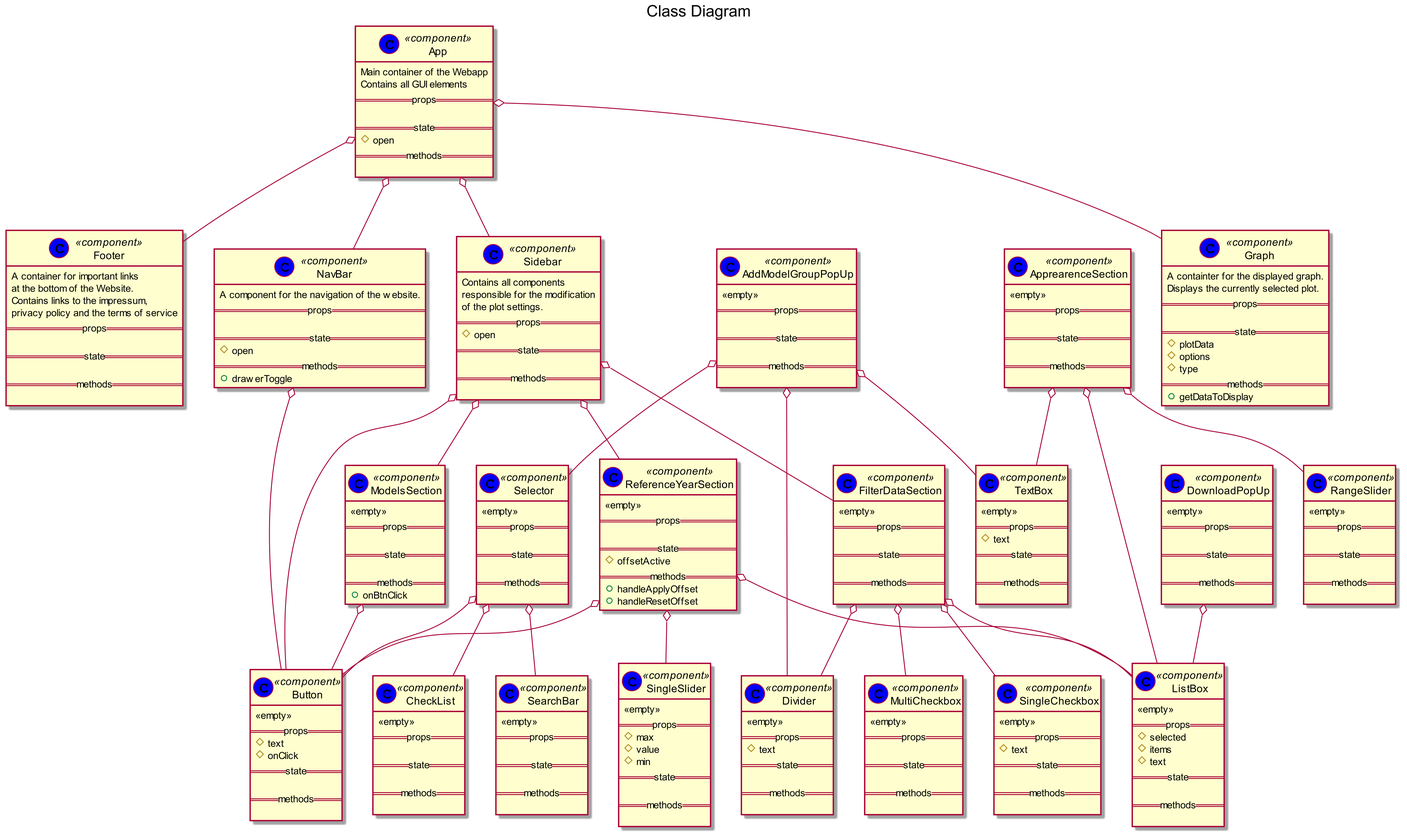
Earlier version of the PlantUML export DesignPhase/example-code/generated-uml/generated.png (EOSC-synergy/o3webapp). Its diagram source:
```plantuml
@startuml
title Class Diagram
skinparam dpi 300
class "App" << (C,blue) component >> {
    Main container of the Webapp
Contains all GUI elements
    ==props==

    ==state==
    #open
    ==methods==

}

class "Footer" << (C,blue) component >> {
    A container for important links
at the bottom of the Website.
Contains links to the impressum,
privacy policy and the terms of service
    ==props==

    ==state==

    ==methods==

}

class "NavBar" << (C,blue) component >> {
    A component for the navigation of the website.
    ==props==

    ==state==
    #open
    ==methods==
    +drawerToggle
}

class "Graph" << (C,blue) component >> {
    A containter for the displayed graph.
Displays the currently selected plot.
    ==props==

    ==state==
    #plotData
    #options
    #type
    ==methods==
    +getDataToDisplay
}

class "Sidebar" << (C,blue) component >> {
    Contains all components
responsible for the modification
of the plot settings.
    ==props==
    #open
    ==state==

    ==methods==

}

class "ApprearenceSection" << (C,blue) component >> {
    <<empty>>
    ==props==

    ==state==

    ==methods==

}

class "FilterDataSection" << (C,blue) component >> {
    <<empty>>
    ==props==

    ==state==

    ==methods==

}

class "Button" << (C,blue) component >> {
    <<empty>>
    ==props==
    #text
    #onClick
    ==state==

    ==methods==

}

class "CheckList" << (C,blue) component >> {
    <<empty>>
    ==props==

    ==state==

    ==methods==

}

class "Divider" << (C,blue) component >> {
    <<empty>>
    ==props==
    #text
    ==state==

    ==methods==

}

class "ListBox" << (C,blue) component >> {
    <<empty>>
    ==props==
    #selected
    #items
    #text
    ==state==

    ==methods==

}

class "SearchBar" << (C,blue) component >> {
    <<empty>>
    ==props==

    ==state==

    ==methods==

}

class "Selector" << (C,blue) component >> {
    <<empty>>
    ==props==

    ==state==

    ==methods==

}

class "TextBox" << (C,blue) component >> {
    <<empty>>
    ==props==
    #text
    ==state==

    ==methods==

}

class "MultiCheckbox" << (C,blue) component >> {
    <<empty>>
    ==props==

    ==state==

    ==methods==

}

class "SingleCheckbox" << (C,blue) component >> {
    <<empty>>
    ==props==
    #text
    ==state==

    ==methods==

}

class "RangeSlider" << (C,blue) component >> {
    <<empty>>
    ==props==

    ==state==

    ==methods==

}

class "SingleSlider" << (C,blue) component >> {
    <<empty>>
    ==props==
    #max
    #value
    #min
    ==state==

    ==methods==

}

class "ModelsSection" << (C,blue) component >> {
    <<empty>>
    ==props==

    ==state==

    ==methods==
    +onBtnClick
}

class "AddModelGroupPopUp" << (C,blue) component >> {
    <<empty>>
    ==props==

    ==state==

    ==methods==

}

class "DownloadPopUp" << (C,blue) component >> {
    <<empty>>
    ==props==

    ==state==

    ==methods==

}

class "ReferenceYearSection" << (C,blue) component >> {
    <<empty>>
    ==props==

    ==state==
    #offsetActive
    ==methods==
    +handleApplyOffset
    +handleResetOffset
}
App o-- Footer
App o-- NavBar
App o-- Graph
App o-- Sidebar
NavBar o-- Button
Sidebar o-- FilterDataSection
Sidebar o-- Button
Sidebar o-- ModelsSection
Sidebar o-- ReferenceYearSection
ApprearenceSection o-- ListBox
ApprearenceSection o-- TextBox
ApprearenceSection o-- RangeSlider
FilterDataSection o-- Divider
FilterDataSection o-- ListBox
FilterDataSection o-- MultiCheckbox
FilterDataSection o-- SingleCheckbox
Selector o-- Button
Selector o-- CheckList
Selector o-- SearchBar
ModelsSection o-- Button
AddModelGroupPopUp o-- Divider
AddModelGroupPopUp o-- Selector
AddModelGroupPopUp o-- TextBox
DownloadPopUp o-- ListBox
ReferenceYearSection o-- Button
ReferenceYearSection o-- ListBox
ReferenceYearSection o-- SingleSlider


@enduml
```
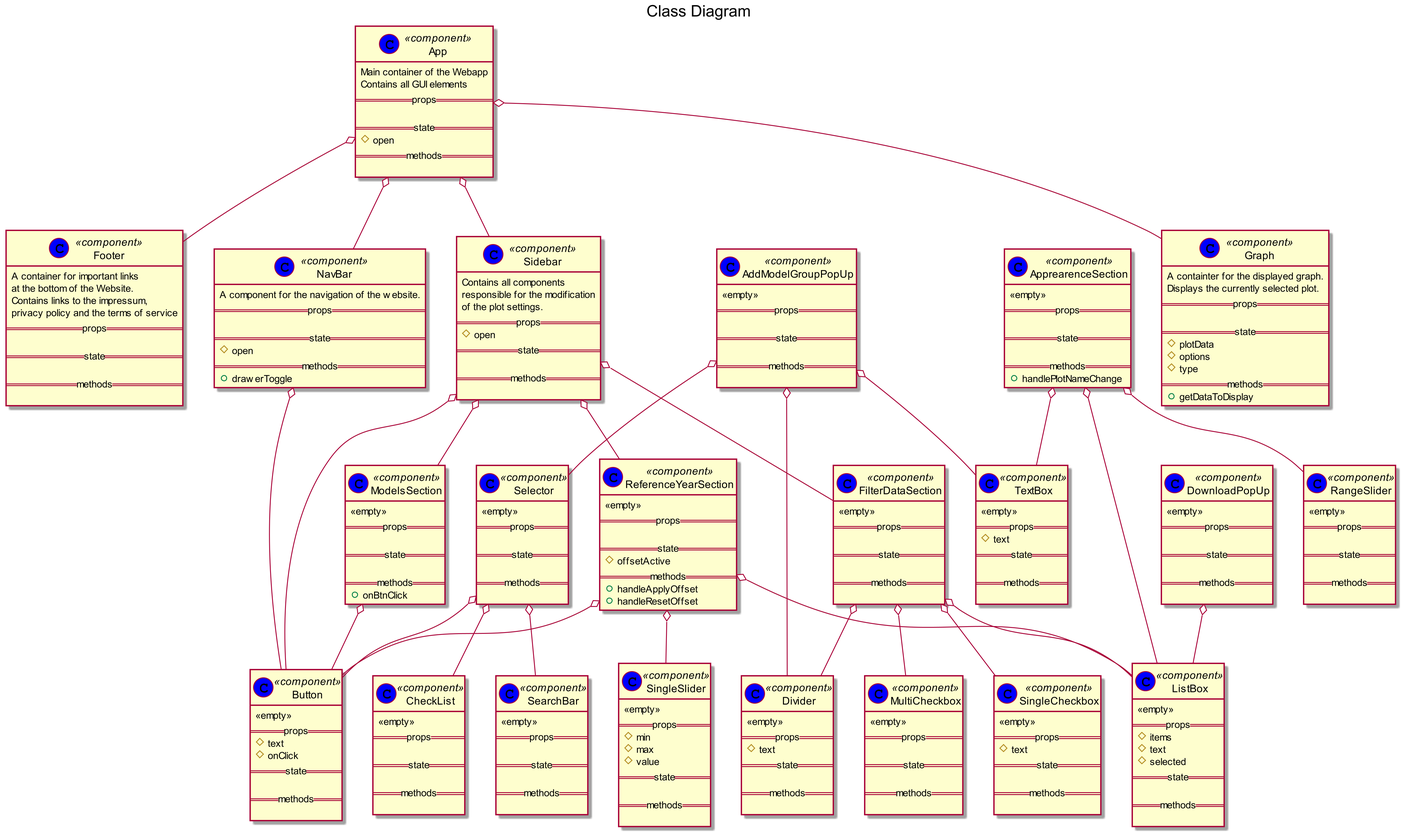
The same file after the commit.

What changed in the source:
```diff
@@ -67,7 +67,7 @@
     ==state==
 
     ==methods==
-
+    +handlePlotNameChange
 }
 
 class "FilterDataSection" << (C,blue) component >> {
@@ -114,9 +114,9 @@
 class "ListBox" << (C,blue) component >> {
     <<empty>>
     ==props==
-    #selected
     #items
     #text
+    #selected
     ==state==
 
     ==methods==
@@ -186,9 +186,9 @@
 class "SingleSlider" << (C,blue) component >> {
     <<empty>>
     ==props==
+    #min
     #max
     #value
-    #min
     ==state==
 
     ==methods==
```
